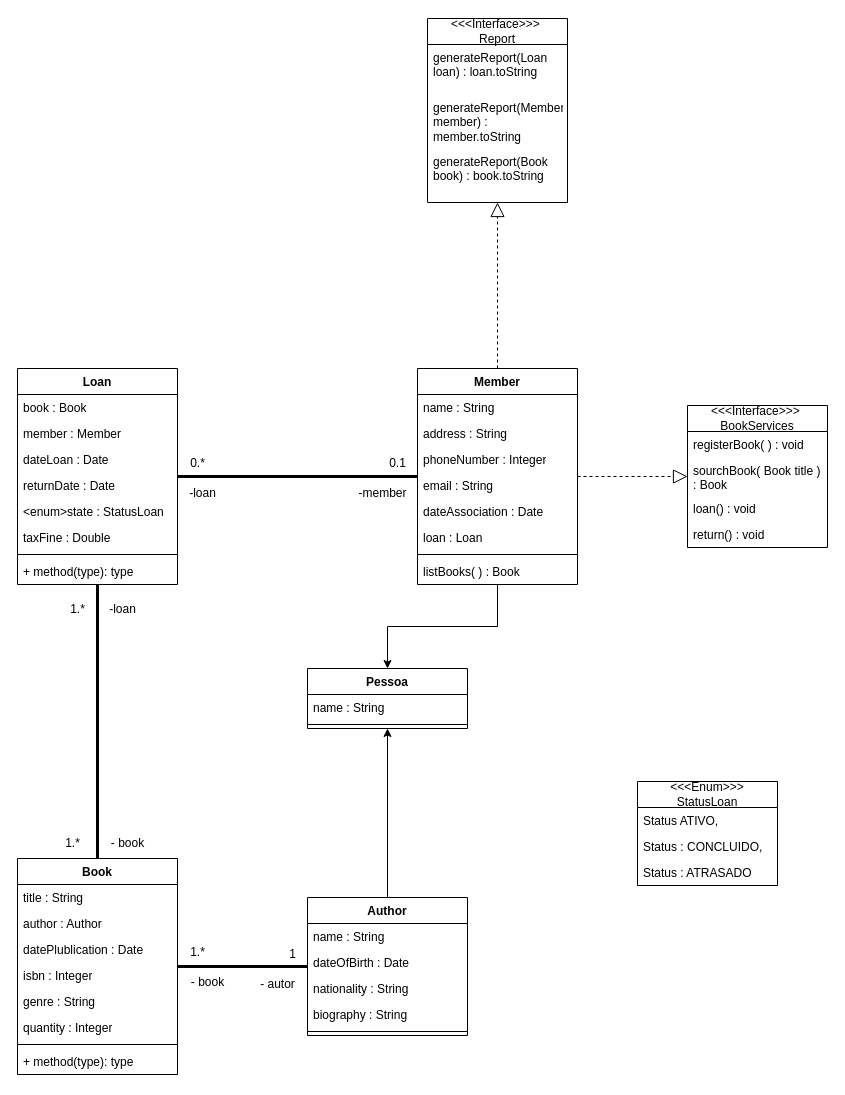
Before: LibraryDiagram.drawio in Eduardo-Decarli/SP_SpringBoot_AWS_Desafio_01, a draw.io diagram. Source tidied: cells renumbered, new cells numbered last; positions are measured from the earlier drawing's top-left corner, leaving out a move shared by most shapes. Both pictures are drawn from the tidied source at 100%, with x=0, y=0 at pixel (17, 18).
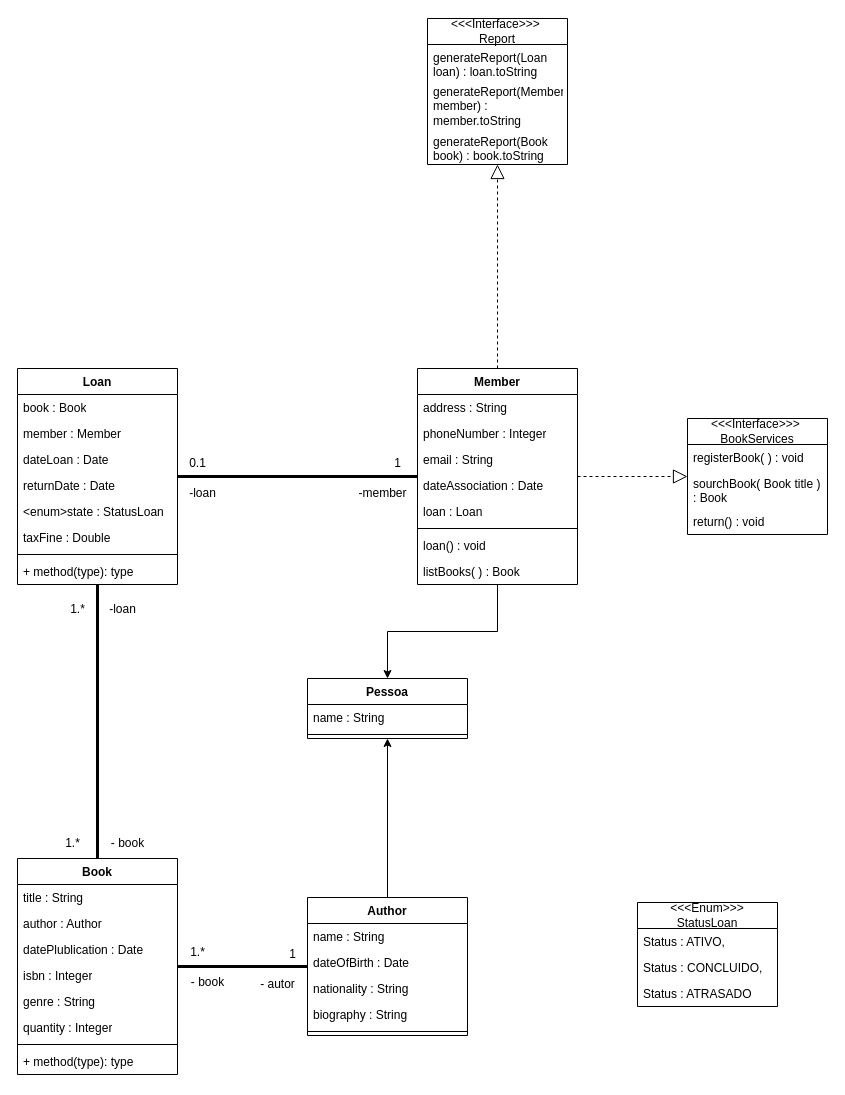
The same page after the edit.

Unchanged cells that the change refers to:
```xml
<mxCell id="19" value="Member" style="swimlane;fontStyle=1;align=center;verticalAlign=top;horizontal=1;startSize=26;whiteSpace=wrap;html=1;" parent="1" vertex="1">
  <mxGeometry x="400" y="350" width="160" height="216" as="geometry" />
</mxCell>
```

Diff of the diagram source:
```diff
@@
-    <mxCell id="20" value="name : String" style="text;strokeColor=none;fillColor=none;align=left;verticalAlign=top;spacingLeft=4;spacingRight=4;overflow=hidden;whiteSpace=wrap;html=1;" parent="19" vertex="1">
-      <mxGeometry y="26" width="160" height="26" as="geometry" />
-    </mxCell>
     <mxCell id="21" value="address : String" style="text;strokeColor=none;fillColor=none;align=left;verticalAlign=top;spacingLeft=4;spacingRight=4;overflow=hidden;whiteSpace=wrap;html=1;" parent="19" vertex="1">
-      <mxGeometry y="52" width="160" height="26" as="geometry" />
+      <mxGeometry y="26" width="160" height="26" as="geometry" />
     </mxCell>
     <mxCell id="22" value="phoneNumber : Integer" style="text;strokeColor=none;fillColor=none;align=left;verticalAlign=top;spacingLeft=4;spacingRight=4;overflow=hidden;whiteSpace=wrap;html=1;" parent="19" vertex="1">
-      <mxGeometry y="78" width="160" height="26" as="geometry" />
+      <mxGeometry y="52" width="160" height="26" as="geometry" />
     </mxCell>
     <mxCell id="23" value="email : String" style="text;strokeColor=none;fillColor=none;align=left;verticalAlign=top;spacingLeft=4;spacingRight=4;overflow=hidden;whiteSpace=wrap;html=1;" parent="19" vertex="1">
-      <mxGeometry y="104" width="160" height="26" as="geometry" />
+      <mxGeometry y="78" width="160" height="26" as="geometry" />
     </mxCell>
     <mxCell id="24" value="dateAssociation : Date" style="text;strokeColor=none;fillColor=none;align=left;verticalAlign=top;spacingLeft=4;spacingRight=4;overflow=hidden;whiteSpace=wrap;html=1;" parent="19" vertex="1">
-      <mxGeometry y="130" width="160" height="26" as="geometry" />
+      <mxGeometry y="104" width="160" height="26" as="geometry" />
     </mxCell>
     <mxCell id="25" value="loan : Loan" style="text;strokeColor=none;fillColor=none;align=left;verticalAlign=top;spacingLeft=4;spacingRight=4;overflow=hidden;whiteSpace=wrap;html=1;" parent="19" vertex="1">
-      <mxGeometry y="156" width="160" height="26" as="geometry" />
+      <mxGeometry y="130" width="160" height="26" as="geometry" />
     </mxCell>
     <mxCell id="26" style="line;strokeWidth=1;fillColor=none;align=left;verticalAlign=middle;spacingTop=-1;spacingLeft=3;spacingRight=3;labelPosition=right;strokeColor=inherit;" parent="19" vertex="1">
-      <mxGeometry y="182" width="160" height="8" as="geometry" />
+      <mxGeometry y="156" width="160" height="8" as="geometry" />
     </mxCell>
+    <mxCell id="55" value="loan() : void" style="text;strokeColor=none;fillColor=none;align=left;verticalAlign=top;spacingLeft=4;spacingRight=4;overflow=hidden;whiteSpace=wrap;html=1;" parent="19" vertex="1">
+      <mxGeometry y="164" width="160" height="26" as="geometry" />
+    </mxCell>
@@
-    <mxCell id="37" value="0.1" style="text;html=1;align=center;verticalAlign=middle;strokeColor=none;fillColor=none;" parent="1" vertex="1">
-      <mxGeometry x="360" y="430" width="40" height="30" as="geometry" />
+    <mxCell id="37" value="1" style="text;html=1;align=center;verticalAlign=middle;strokeColor=none;fillColor=none;" parent="1" vertex="1">
+      <mxGeometry x="365" y="430" width="30" height="30" as="geometry" />
     </mxCell>
@@
-    <mxCell id="39" value="0.*" style="text;html=1;align=center;verticalAlign=middle;strokeColor=none;fillColor=none;" parent="1" vertex="1">
+    <mxCell id="39" value="0.1" style="text;html=1;align=center;verticalAlign=middle;strokeColor=none;fillColor=none;" parent="1" vertex="1">
       <mxGeometry x="160" y="430" width="40" height="30" as="geometry" />
     </mxCell>
@@
     <mxCell id="52" value="&amp;lt;&amp;lt;&amp;lt;Interface&amp;gt;&amp;gt;&amp;gt;&amp;nbsp;&lt;div&gt;BookServices&lt;/div&gt;" style="swimlane;fontStyle=0;horizontal=1;startSize=26;fillColor=none;whiteSpace=wrap;html=1;" parent="1" vertex="1">
-      <mxGeometry x="670" y="387" width="140" height="142" as="geometry" />
+      <mxGeometry x="670" y="400" width="140" height="116" as="geometry" />
     </mxCell>
@@
-    <mxCell id="55" value="loan() : void" style="text;strokeColor=none;fillColor=none;align=left;verticalAlign=top;spacingLeft=4;spacingRight=4;overflow=hidden;whiteSpace=wrap;html=1;" parent="52" vertex="1">
-      <mxGeometry y="90" width="140" height="26" as="geometry" />
-    </mxCell>
     <mxCell id="56" value="return() : void" style="text;strokeColor=none;fillColor=none;align=left;verticalAlign=top;spacingLeft=4;spacingRight=4;overflow=hidden;whiteSpace=wrap;html=1;" parent="52" vertex="1">
-      <mxGeometry y="116" width="140" height="26" as="geometry" />
+      <mxGeometry y="90" width="140" height="26" as="geometry" />
     </mxCell>
@@
     <mxCell id="58" value="&amp;lt;&amp;lt;&amp;lt;Enum&amp;gt;&amp;gt;&amp;gt;&lt;div&gt;StatusLoan&lt;/div&gt;" style="swimlane;fontStyle=0;horizontal=1;startSize=26;fillColor=none;whiteSpace=wrap;html=1;" parent="1" vertex="1">
-      <mxGeometry x="620" y="763" width="140" height="104" as="geometry" />
+      <mxGeometry x="620" y="884" width="140" height="104" as="geometry" />
     </mxCell>
-    <mxCell id="59" value="Status ATIVO," style="text;strokeColor=none;fillColor=none;align=left;verticalAlign=top;spacingLeft=4;spacingRight=4;overflow=hidden;whiteSpace=wrap;html=1;" parent="58" vertex="1">
+    <mxCell id="59" value="Status : ATIVO," style="text;strokeColor=none;fillColor=none;align=left;verticalAlign=top;spacingLeft=4;spacingRight=4;overflow=hidden;whiteSpace=wrap;html=1;" parent="58" vertex="1">
       <mxGeometry y="26" width="140" height="26" as="geometry" />
     </mxCell>
@@
     <mxCell id="62" value="Pessoa" style="swimlane;fontStyle=1;align=center;verticalAlign=top;horizontal=1;startSize=26;whiteSpace=wrap;html=1;" parent="1" vertex="1">
-      <mxGeometry x="290" y="650" width="160" height="60" as="geometry" />
+      <mxGeometry x="290" y="660" width="160" height="60" as="geometry" />
     </mxCell>
@@
     <mxCell id="65" value="&amp;lt;&amp;lt;&amp;lt;Interface&amp;gt;&amp;gt;&amp;gt;&amp;nbsp;&lt;div&gt;Report&lt;/div&gt;" style="swimlane;fontStyle=0;horizontal=1;startSize=26;fillColor=none;whiteSpace=wrap;html=1;" parent="1" vertex="1">
-      <mxGeometry x="410" width="140" height="184" as="geometry" />
+      <mxGeometry x="410" width="140" height="146" as="geometry" />
     </mxCell>
     <mxCell id="66" value="generateReport(Loan loan) : loan.toString" style="text;strokeColor=none;fillColor=none;align=left;verticalAlign=top;spacingLeft=4;spacingRight=4;overflow=hidden;whiteSpace=wrap;html=1;" parent="65" vertex="1">
-      <mxGeometry y="26" width="140" height="50" as="geometry" />
+      <mxGeometry y="26" width="140" height="34" as="geometry" />
     </mxCell>
     <mxCell id="67" value="generateReport(Member member) : member.toString" style="text;strokeColor=none;fillColor=none;align=left;verticalAlign=top;spacingLeft=4;spacingRight=4;overflow=hidden;whiteSpace=wrap;html=1;" parent="65" vertex="1">
-      <mxGeometry y="76" width="140" height="54" as="geometry" />
+      <mxGeometry y="60" width="140" height="50" as="geometry" />
     </mxCell>
     <mxCell id="68" value="generateReport(Book book) : book.toString" style="text;strokeColor=none;fillColor=none;align=left;verticalAlign=top;spacingLeft=4;spacingRight=4;overflow=hidden;whiteSpace=wrap;html=1;" parent="65" vertex="1">
-      <mxGeometry y="130" width="140" height="54" as="geometry" />
+      <mxGeometry y="110" width="140" height="36" as="geometry" />
     </mxCell>
```
